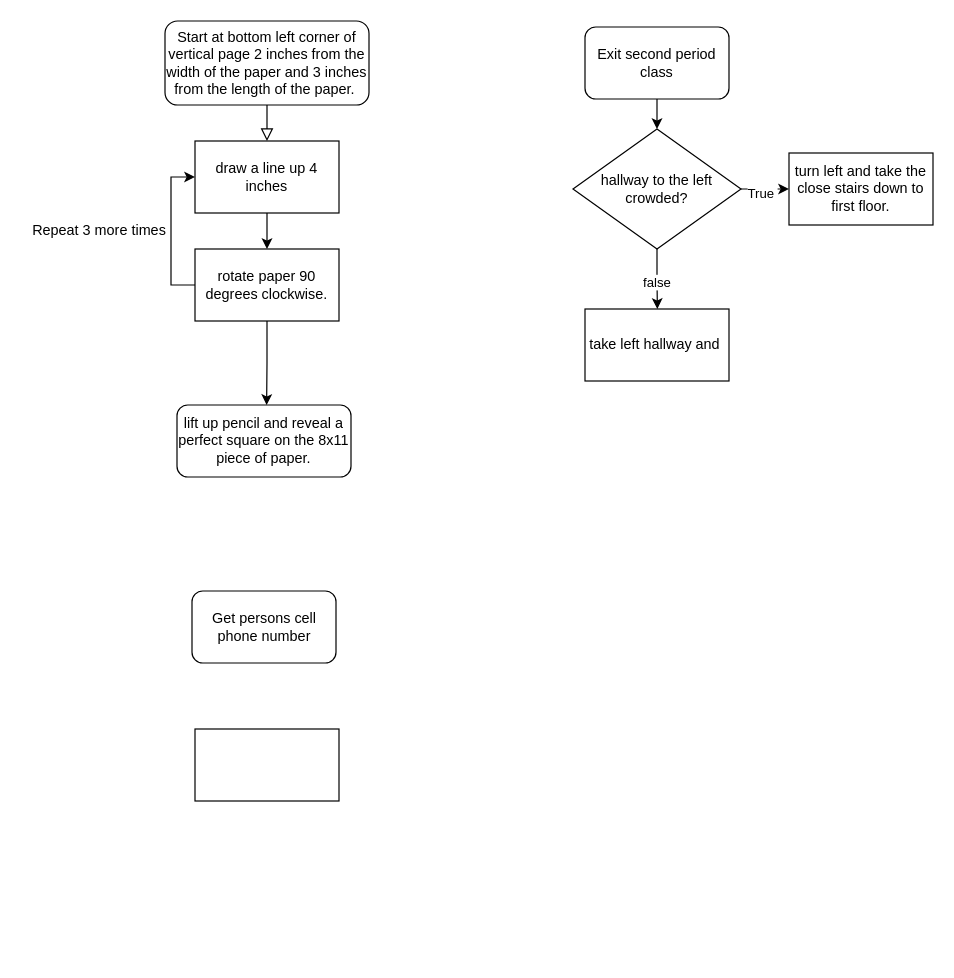
The draw.io diagram flowchart2.drawio in Ethaaan11/APCSPflowcharts, before the edit. Source tidied: cells renumbered, new cells numbered last; positions are measured from the earlier drawing's top-left corner, leaving out a move shared by most shapes. Both pictures are drawn from the tidied source at 120%, with x=0, y=0 at pixel (20, 20).
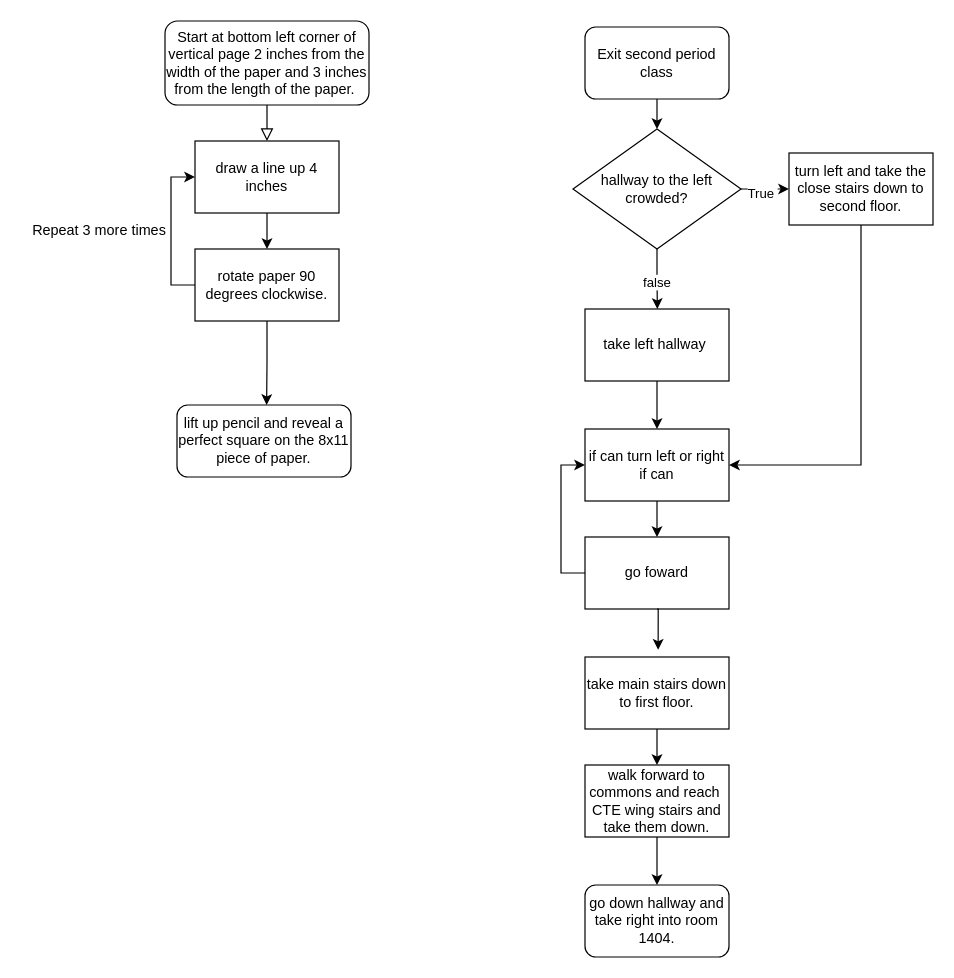
Above is the later version.

Diff of the diagram source:
```diff
@@
+    <mxCell id="22" style="edgeStyle=orthogonalEdgeStyle;rounded=0;jettySize=auto;html=1;exitX=0.5;exitY=1;exitDx=0;exitDy=0;entryX=1;entryY=0.5;entryDx=0;entryDy=0;" parent="1" edge="1" source="18" target="25">
+      <mxGeometry relative="1" as="geometry" />
+    </mxCell>
-    <mxCell id="18" value="turn left and take the close stairs down to first floor." style="rounded=0;whiteSpace=wrap;html=1;" parent="1" vertex="1">
+    <mxCell id="18" value="turn left and take the close stairs down to second floor." style="rounded=0;whiteSpace=wrap;html=1;" parent="1" vertex="1">
       <mxGeometry x="640" y="110" width="120" height="60" as="geometry" />
     </mxCell>
+    <mxCell id="23" style="edgeStyle=orthogonalEdgeStyle;rounded=0;jettySize=auto;html=1;exitX=0.5;exitY=1;exitDx=0;exitDy=0;entryX=0.5;entryY=0;entryDx=0;entryDy=0;" parent="1" edge="1" source="19" target="25">
+      <mxGeometry relative="1" as="geometry" />
+    </mxCell>
-    <mxCell id="19" value="take left hallway and&amp;nbsp;" style="rounded=0;whiteSpace=wrap;html=1;" parent="1" vertex="1">
+    <mxCell id="19" value="take left hallway&amp;nbsp;" style="rounded=0;whiteSpace=wrap;html=1;" parent="1" vertex="1">
       <mxGeometry x="470" y="240" width="120" height="60" as="geometry" />
     </mxCell>
-    <mxCell id="20" value="Get persons cell phone number" style="rounded=1;whiteSpace=wrap;html=1;" parent="1" vertex="1">
-      <mxGeometry x="142.5" y="475" width="120" height="60" as="geometry" />
-    </mxCell>
-    <mxCell id="21" style="rounded=0;whiteSpace=wrap;html=1;" parent="1" vertex="1">
-      <mxGeometry x="145" y="590" width="120" height="60" as="geometry" />
-    </mxCell>
+    <mxCell id="24" style="edgeStyle=orthogonalEdgeStyle;rounded=0;jettySize=auto;html=1;exitX=0.5;exitY=1;exitDx=0;exitDy=0;entryX=0.5;entryY=0;entryDx=0;entryDy=0;" parent="1" edge="1" source="25" target="27">
+      <mxGeometry relative="1" as="geometry" />
+    </mxCell>
+    <mxCell id="25" value="if can turn left or right if can" style="rounded=0;whiteSpace=wrap;html=1;" parent="1" vertex="1">
+      <mxGeometry x="470" y="340" width="120" height="60" as="geometry" />
+    </mxCell>
+    <mxCell id="26" style="edgeStyle=orthogonalEdgeStyle;rounded=0;jettySize=auto;html=1;exitX=0;exitY=0.5;exitDx=0;exitDy=0;entryX=0;entryY=0.5;entryDx=0;entryDy=0;" parent="1" edge="1" source="27" target="25">
+      <mxGeometry relative="1" as="geometry" />
+    </mxCell>
+    <mxCell id="27" value="go foward" style="rounded=0;whiteSpace=wrap;html=1;" parent="1" vertex="1">
+      <mxGeometry x="470" y="430" width="120" height="60" as="geometry" />
+    </mxCell>
+    <mxCell id="28" style="edgeStyle=orthogonalEdgeStyle;rounded=0;jettySize=auto;html=1;exitX=0.5;exitY=1;exitDx=0;exitDy=0;entryX=0.5;entryY=0;entryDx=0;entryDy=0;" parent="1" edge="1" source="29" target="32">
+      <mxGeometry relative="1" as="geometry" />
+    </mxCell>
+    <mxCell id="29" value="take main stairs down to first floor." style="rounded=0;whiteSpace=wrap;html=1;" parent="1" vertex="1">
+      <mxGeometry x="470" y="530" width="120" height="60" as="geometry" />
+    </mxCell>
+    <mxCell id="30" style="edgeStyle=orthogonalEdgeStyle;rounded=0;jettySize=auto;html=1;exitX=0.5;exitY=1;exitDx=0;exitDy=0;entryX=0.508;entryY=-0.1;entryDx=0;entryDy=0;entryPerimeter=0;" parent="1" edge="1" source="27" target="29">
+      <mxGeometry relative="1" as="geometry" />
+    </mxCell>
+    <mxCell id="31" style="edgeStyle=orthogonalEdgeStyle;rounded=0;jettySize=auto;html=1;exitX=0.5;exitY=1;exitDx=0;exitDy=0;entryX=0.5;entryY=0;entryDx=0;entryDy=0;" parent="1" edge="1" source="32" target="33">
+      <mxGeometry relative="1" as="geometry" />
+    </mxCell>
+    <mxCell id="32" value="walk forward to commons and reach&amp;nbsp;&lt;br&gt;CTE wing stairs and take them down." style="rounded=0;whiteSpace=wrap;html=1;" parent="1" vertex="1">
+      <mxGeometry x="470" y="620" width="120" height="60" as="geometry" />
+    </mxCell>
+    <mxCell id="33" value="go down hallway and take right into room 1404." style="rounded=1;whiteSpace=wrap;html=1;" parent="1" vertex="1">
+      <mxGeometry x="470" y="720" width="120" height="60" as="geometry" />
+    </mxCell>
```
